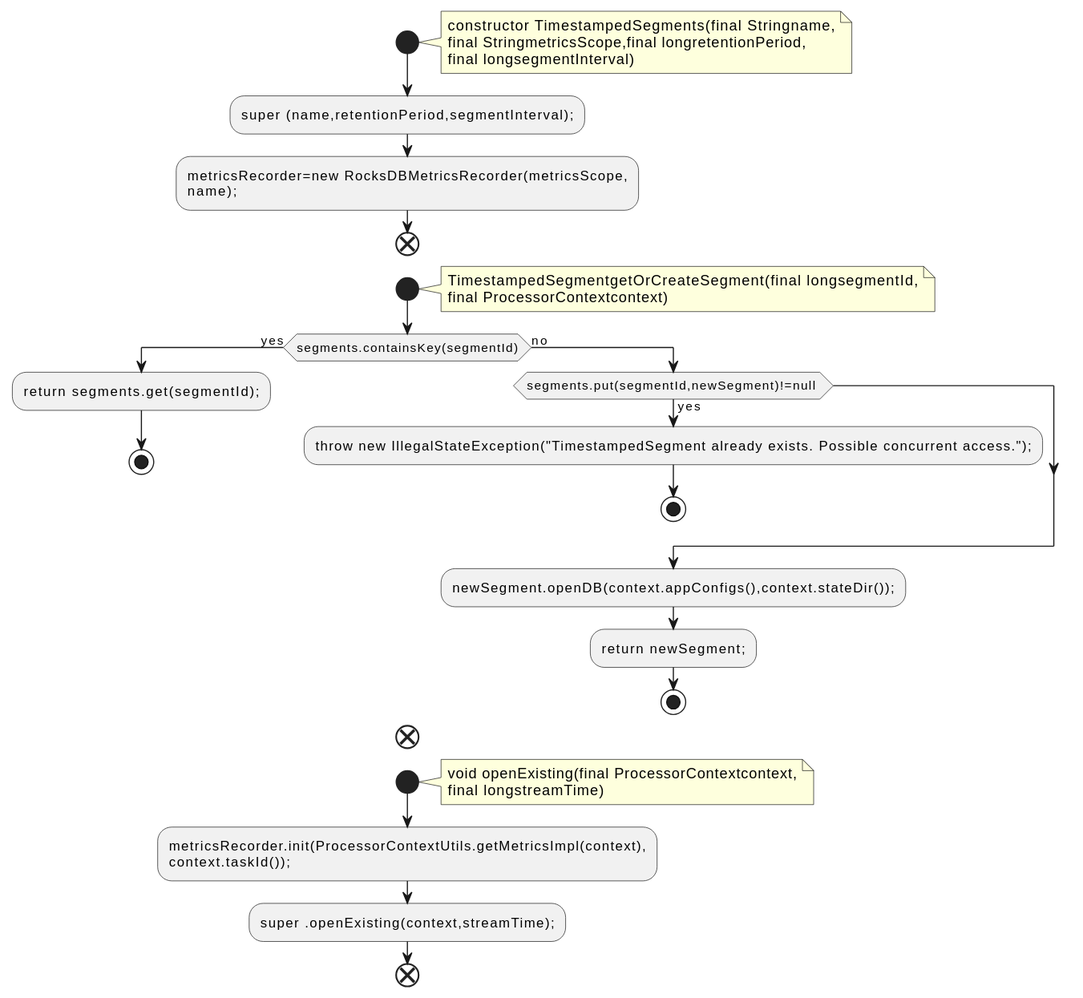
This is docs/qc/streams/src/main/java/org/apache/kafka/streams/state/internals/TimestampedSegments.java.fct.svg from qualitesys/kafka, a PlantUML export, as it was before one commit.
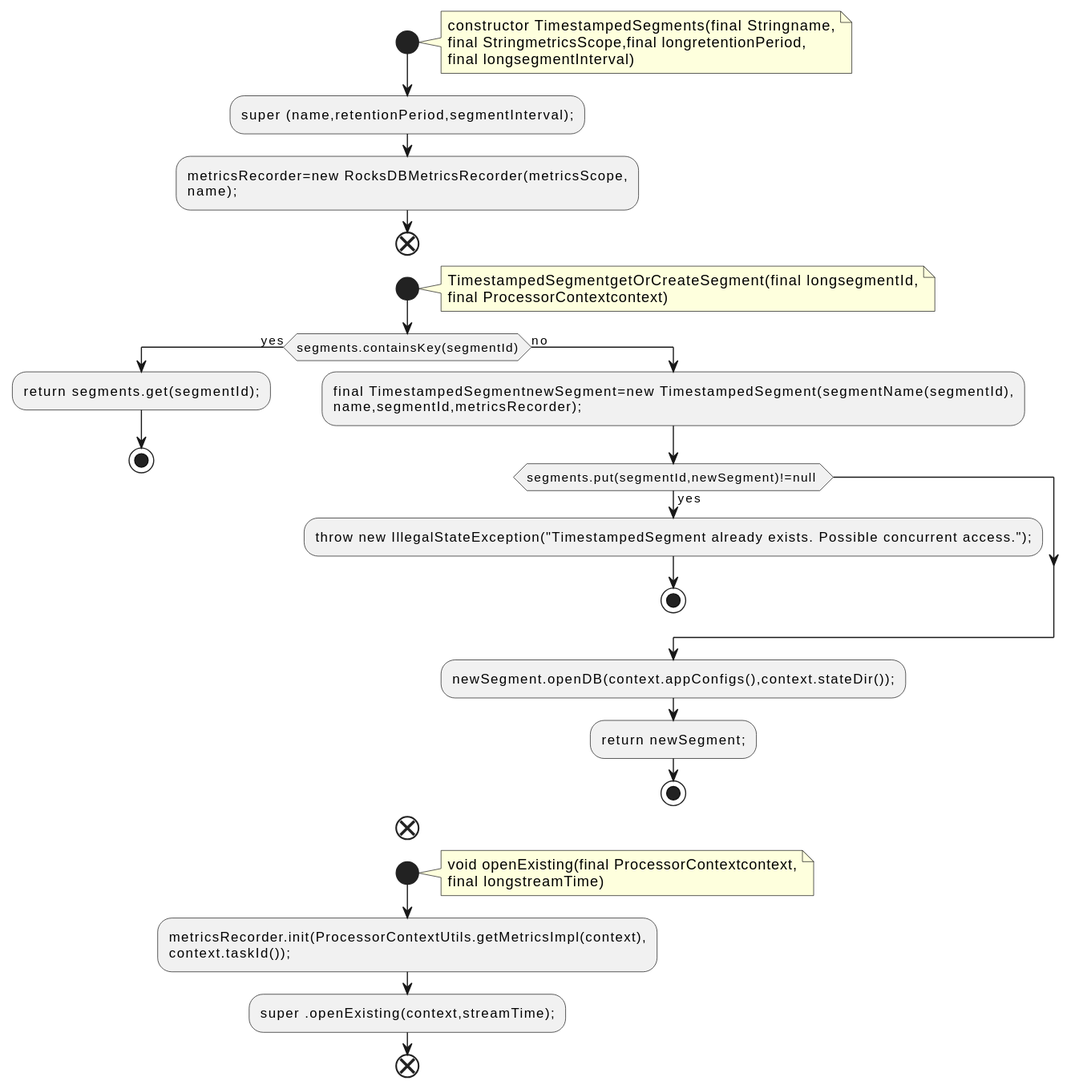
After the commit.

What changed in the source:
```diff
@@ -19,6 +19,8 @@
 :return segments.get(segmentId);;
 stop
 else (no)
+:final TimestampedSegmentnewSegment=new TimestampedSegment(segmentName(segmentId),
+name,segmentId,metricsRecorder);;
 if (segments.put(segmentId,newSegment)!=null ) then (yes)
 :throw new IllegalStateException("TimestampedSegment already exists. Possible concurrent access.");;
 stop
```
